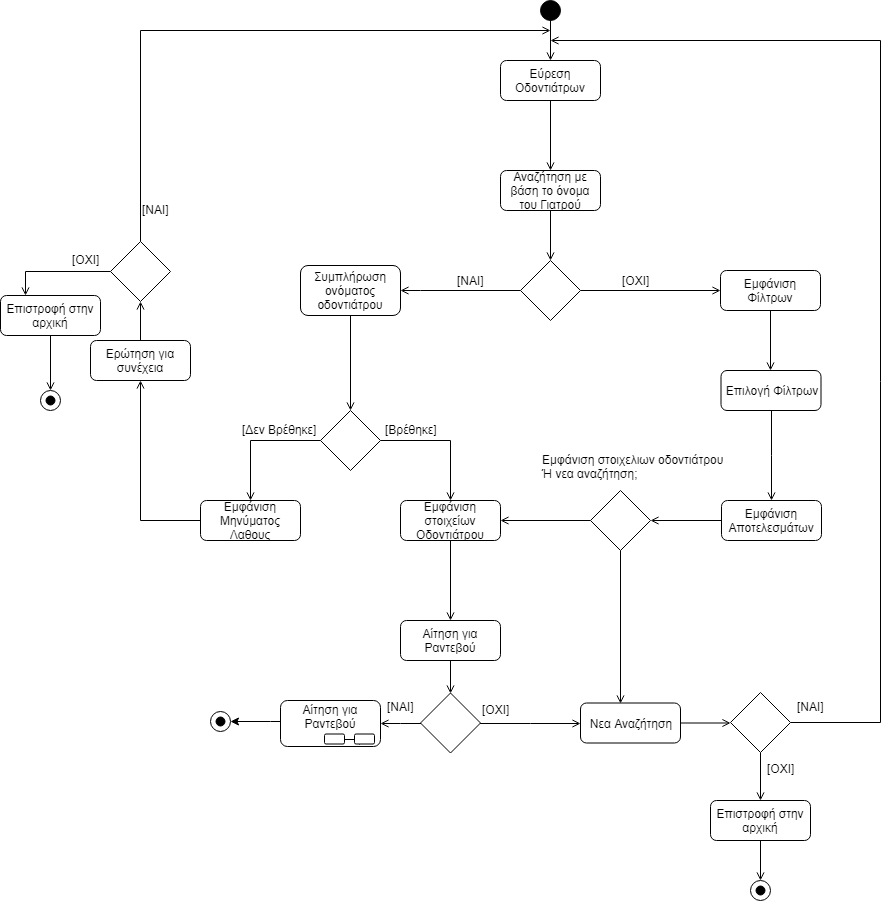
Earlier version of the draw.io export R2/uc9-activity-diagram.png (GeorgeFotopoulos/Dentist-App). Source tidied: cells renumbered, new cells last; positions are measured from the earlier drawing's top-left corner, leaving out a move shared by most shapes.
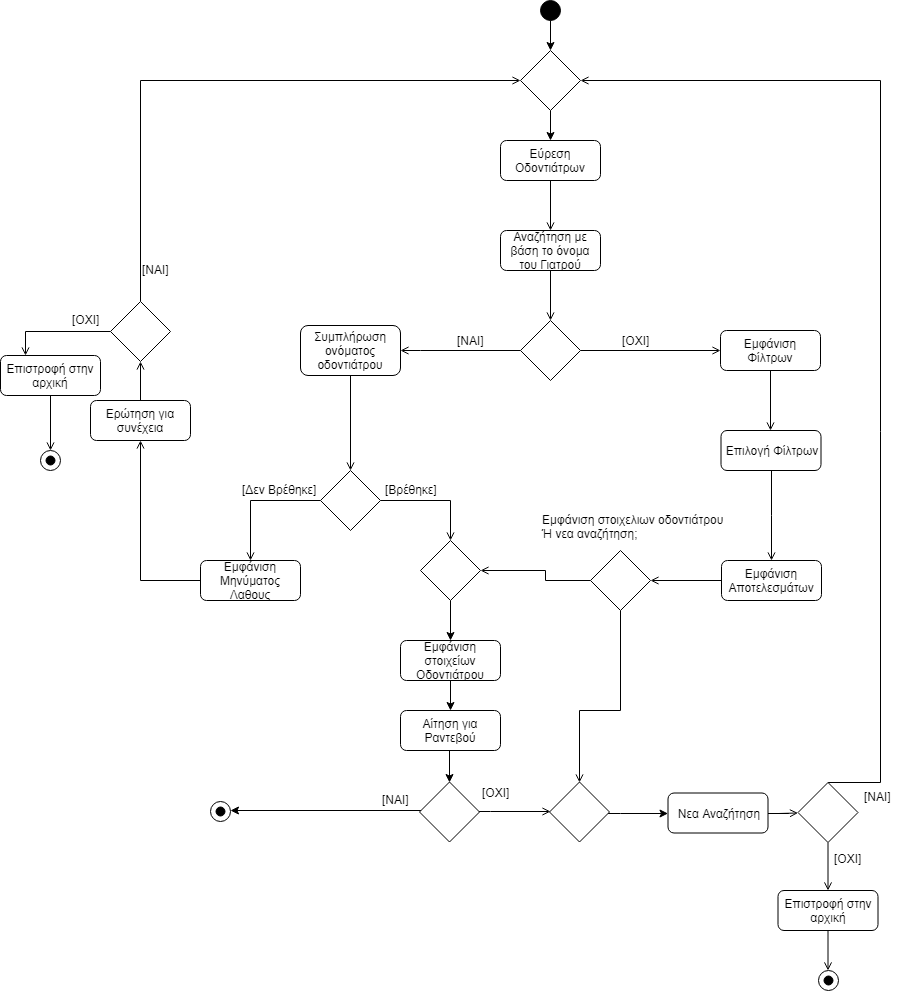
Above is the later version.

What changed in the source:
```diff
@@ -2,17 +2,17 @@
   <root>
     <mxCell id="0" />
     <mxCell id="1" parent="0" />
-    <mxCell id="2" style="edgeStyle=orthogonalEdgeStyle;rounded=0;jettySize=auto;html=1;entryX=0.5;entryY=0;entryDx=0;entryDy=0;endArrow=open;endFill=0;" parent="1" edge="1" source="3" target="5">
-      <mxGeometry relative="1" as="geometry" />
-    </mxCell>
+    <mxCell id="70" style="edgeStyle=orthogonalEdgeStyle;rounded=0;jettySize=auto;html=1;" parent="1" edge="1" source="3" target="75">
+      <mxGeometry relative="1" as="geometry" />
+    </mxCell>
     <mxCell id="3" style="ellipse;whiteSpace=wrap;html=1;fillColor=#000000;" parent="1" vertex="1">
-      <mxGeometry x="540" width="20" height="20" as="geometry" />
+      <mxGeometry x="540" y="-60" width="20" height="20" as="geometry" />
     </mxCell>
     <mxCell id="4" style="edgeStyle=orthogonalEdgeStyle;rounded=0;jettySize=auto;html=1;entryX=0.5;entryY=0;entryDx=0;entryDy=0;endArrow=open;endFill=0;" parent="1" edge="1" source="5" target="10">
       <mxGeometry relative="1" as="geometry" />
     </mxCell>
     <mxCell id="5" value="Εύρεση Οδοντιάτρων" style="rounded=1;whiteSpace=wrap;html=1;" parent="1" vertex="1">
-      <mxGeometry x="500" y="60" width="100" height="40" as="geometry" />
+      <mxGeometry x="500" y="80" width="100" height="40" as="geometry" />
     </mxCell>
     <mxCell id="6" style="edgeStyle=orthogonalEdgeStyle;rounded=0;jettySize=auto;html=1;endArrow=open;endFill=0;" parent="1" edge="1" source="8" target="14">
       <mxGeometry relative="1" as="geometry">
@@ -53,10 +53,9 @@
     </mxCell>
     <mxCell id="16" style="edgeStyle=orthogonalEdgeStyle;rounded=0;jettySize=auto;html=1;endArrow=open;endFill=0;" parent="1" edge="1" source="17">
       <mxGeometry relative="1" as="geometry">
-        <mxPoint x="450" y="500" as="targetPoint" />
+        <mxPoint x="450" y="480" as="targetPoint" />
         <Array as="points">
           <mxPoint x="450" y="440" />
-          <mxPoint x="450" y="500" />
         </Array>
       </mxGeometry>
     </mxCell>
@@ -82,12 +81,10 @@
         </Array>
       </mxGeometry>
     </mxCell>
-    <mxCell id="23" style="edgeStyle=orthogonalEdgeStyle;rounded=0;jettySize=auto;html=1;endArrow=open;endFill=0;" parent="1" edge="1" source="24">
+    <mxCell id="23" style="edgeStyle=orthogonalEdgeStyle;rounded=0;jettySize=auto;html=1;endArrow=open;endFill=0;entryX=0;entryY=0.5;entryDx=0;entryDy=0;" parent="1" edge="1" source="24" target="75">
       <mxGeometry relative="1" as="geometry">
-        <mxPoint x="550" y="30" as="targetPoint" />
         <Array as="points">
-          <mxPoint x="140" y="30" />
-          <mxPoint x="550" y="30" />
+          <mxPoint x="140" y="20" />
         </Array>
       </mxGeometry>
     </mxCell>
@@ -112,101 +109,93 @@
     <mxCell id="30" style="ellipse;whiteSpace=wrap;html=1;fillColor=none;" parent="1" vertex="1">
       <mxGeometry x="40" y="390" width="20" height="20" as="geometry" />
     </mxCell>
-    <mxCell id="31" style="edgeStyle=orthogonalEdgeStyle;rounded=0;jettySize=auto;html=1;entryX=0.5;entryY=0;entryDx=0;entryDy=0;endArrow=open;endFill=0;" parent="1" edge="1" source="36" target="35">
+    <mxCell id="31" style="edgeStyle=orthogonalEdgeStyle;rounded=0;jettySize=auto;html=1;entryX=0.5;entryY=0;entryDx=0;entryDy=0;exitX=0.5;exitY=1;exitDx=0;exitDy=0;" parent="1" edge="1" source="36" target="35">
       <mxGeometry relative="1" as="geometry" />
     </mxCell>
     <mxCell id="32" value="Εμφάνιση στοιχείων Οδοντιάτρου" style="rounded=1;whiteSpace=wrap;html=1;" parent="1" vertex="1">
-      <mxGeometry x="400" y="500" width="100" height="40" as="geometry" />
+      <mxGeometry x="400" y="580" width="100" height="40" as="geometry" />
     </mxCell>
-    <mxCell id="33" style="edgeStyle=orthogonalEdgeStyle;rounded=0;jettySize=auto;html=1;entryX=1;entryY=0.5;entryDx=0;entryDy=0;" parent="1" edge="1" source="40" target="39">
-      <mxGeometry relative="1" as="geometry">
-        <Array as="points">
-          <mxPoint x="270" y="721" />
-          <mxPoint x="270" y="721" />
-        </Array>
-      </mxGeometry>
-    </mxCell>
-    <mxCell id="34" style="edgeStyle=orthogonalEdgeStyle;rounded=0;jettySize=auto;html=1;endArrow=open;endFill=0;entryX=0;entryY=0.5;entryDx=0;entryDy=0;" parent="1" edge="1" source="35" target="46">
-      <mxGeometry relative="1" as="geometry" />
+    <mxCell id="34" style="edgeStyle=orthogonalEdgeStyle;rounded=0;orthogonalLoop=1;jettySize=auto;html=1;endArrow=open;endFill=0;" parent="1" edge="1">
+      <mxGeometry relative="1" as="geometry">
+        <mxPoint x="477.5" y="751" as="sourcePoint" />
+        <mxPoint x="550" y="751" as="targetPoint" />
+        <Array as="points">
+          <mxPoint x="490" y="751" />
+          <mxPoint x="490" y="751" />
+        </Array>
+      </mxGeometry>
     </mxCell>
+    <mxCell id="71" style="edgeStyle=orthogonalEdgeStyle;rounded=0;orthogonalLoop=1;jettySize=auto;html=1;entryX=1;entryY=0.5;entryDx=0;entryDy=0;" parent="1" edge="1">
+      <mxGeometry relative="1" as="geometry">
+        <mxPoint x="420.5" y="752" as="sourcePoint" />
+        <mxPoint x="230" y="750" as="targetPoint" />
+        <Array as="points">
+          <mxPoint x="421" y="750" />
+        </Array>
+      </mxGeometry>
+    </mxCell>
     <mxCell id="35" style="rhombus;whiteSpace=wrap;html=1;" parent="1" vertex="1">
-      <mxGeometry x="420" y="692.5" width="60" height="60" as="geometry" />
+      <mxGeometry x="419" y="721.5" width="60" height="60" as="geometry" />
     </mxCell>
     <mxCell id="36" value="Αίτηση για Ραντεβού" style="rounded=1;whiteSpace=wrap;html=1;" parent="1" vertex="1">
-      <mxGeometry x="400" y="620" width="100" height="40" as="geometry" />
+      <mxGeometry x="400" y="650" width="100" height="40" as="geometry" />
     </mxCell>
-    <mxCell id="37" style="edgeStyle=orthogonalEdgeStyle;rounded=0;jettySize=auto;html=1;entryX=0.5;entryY=0;entryDx=0;entryDy=0;endArrow=open;endFill=0;" parent="1" edge="1" source="32" target="36">
+    <mxCell id="37" style="edgeStyle=orthogonalEdgeStyle;rounded=0;jettySize=auto;html=1;entryX=0.5;entryY=0;entryDx=0;entryDy=0;" parent="1" edge="1" source="32" target="36">
       <mxGeometry relative="1" as="geometry" />
     </mxCell>
     <mxCell id="38" style="ellipse;whiteSpace=wrap;html=1;fillColor=#000000;" parent="1" vertex="1">
-      <mxGeometry x="215.5" y="716.5" width="9" height="9" as="geometry" />
+      <mxGeometry x="215.5" y="746.5" width="9" height="9" as="geometry" />
     </mxCell>
     <mxCell id="39" style="ellipse;whiteSpace=wrap;html=1;fillColor=none;" parent="1" vertex="1">
-      <mxGeometry x="210" y="711" width="20" height="20" as="geometry" />
+      <mxGeometry x="210" y="741" width="20" height="20" as="geometry" />
     </mxCell>
-    <mxCell id="40" value="Αίτηση για Ραντεβού&lt;br&gt;&lt;br&gt;" style="rounded=1;whiteSpace=wrap;html=1;" parent="1" vertex="1">
-      <mxGeometry x="280" y="700" width="100" height="46" as="geometry" />
-    </mxCell>
-    <mxCell id="41" style="edgeStyle=orthogonalEdgeStyle;rounded=0;jettySize=auto;html=1;entryX=1;entryY=0.5;entryDx=0;entryDy=0;endArrow=open;endFill=0;" parent="1" edge="1" source="35" target="40">
-      <mxGeometry relative="1" as="geometry" />
-    </mxCell>
-    <mxCell id="42" style="edgeStyle=orthogonalEdgeStyle;rounded=0;jettySize=auto;html=1;exitX=1;exitY=0.5;exitDx=0;exitDy=0;entryX=0.25;entryY=1;entryDx=0;entryDy=0;endArrow=none;endFill=0;" parent="1" edge="1" source="43" target="44">
-      <mxGeometry relative="1" as="geometry" />
-    </mxCell>
-    <mxCell id="43" style="rounded=1;whiteSpace=wrap;html=1;" parent="1" vertex="1">
-      <mxGeometry x="324" y="733.5" width="20" height="10" as="geometry" />
-    </mxCell>
-    <mxCell id="44" style="rounded=1;whiteSpace=wrap;html=1;" parent="1" vertex="1">
-      <mxGeometry x="354" y="733.5" width="20" height="10" as="geometry" />
-    </mxCell>
     <mxCell id="45" style="edgeStyle=orthogonalEdgeStyle;rounded=0;jettySize=auto;html=1;endArrow=open;endFill=0;" parent="1" edge="1" source="46">
       <mxGeometry relative="1" as="geometry">
-        <mxPoint x="730" y="722.5" as="targetPoint" />
+        <mxPoint x="797.5" y="752.5" as="targetPoint" />
       </mxGeometry>
     </mxCell>
     <mxCell id="46" value="Νεα Αναζήτηση" style="rounded=1;whiteSpace=wrap;html=1;" parent="1" vertex="1">
-      <mxGeometry x="580" y="702.5" width="100" height="40" as="geometry" />
+      <mxGeometry x="667.5" y="732.5" width="100" height="40" as="geometry" />
     </mxCell>
     <mxCell id="47" style="edgeStyle=orthogonalEdgeStyle;rounded=0;jettySize=auto;html=1;endArrow=open;endFill=0;" parent="1" edge="1" source="49" target="51">
       <mxGeometry relative="1" as="geometry" />
     </mxCell>
-    <mxCell id="48" style="edgeStyle=orthogonalEdgeStyle;rounded=0;jettySize=auto;html=1;endArrow=open;endFill=0;" parent="1" edge="1" source="49">
+    <mxCell id="48" style="edgeStyle=orthogonalEdgeStyle;rounded=0;jettySize=auto;html=1;endArrow=open;endFill=0;entryX=1;entryY=0.5;entryDx=0;entryDy=0;" parent="1" edge="1" source="49" target="75">
       <mxGeometry relative="1" as="geometry">
-        <mxPoint x="550" y="40" as="targetPoint" />
         <Array as="points">
           <mxPoint x="880" y="722" />
-          <mxPoint x="880" y="40" />
+          <mxPoint x="880" y="20" />
         </Array>
       </mxGeometry>
     </mxCell>
     <mxCell id="49" style="rhombus;whiteSpace=wrap;html=1;" parent="1" vertex="1">
-      <mxGeometry x="730" y="692" width="60" height="60" as="geometry" />
+      <mxGeometry x="797.5" y="722" width="60" height="60" as="geometry" />
     </mxCell>
     <mxCell id="50" style="edgeStyle=orthogonalEdgeStyle;rounded=0;jettySize=auto;html=1;endArrow=open;endFill=0;" parent="1" edge="1" source="51">
       <mxGeometry relative="1" as="geometry">
-        <mxPoint x="760" y="880" as="targetPoint" />
+        <mxPoint x="827.5" y="910" as="targetPoint" />
       </mxGeometry>
     </mxCell>
     <mxCell id="51" value="Επιστροφή στην αρχική" style="rounded=1;whiteSpace=wrap;html=1;" parent="1" vertex="1">
-      <mxGeometry x="710" y="800" width="100" height="40" as="geometry" />
+      <mxGeometry x="777.5" y="830" width="100" height="40" as="geometry" />
     </mxCell>
     <mxCell id="52" style="ellipse;whiteSpace=wrap;html=1;fillColor=#000000;" parent="1" vertex="1">
-      <mxGeometry x="755.5" y="885.5" width="9" height="9" as="geometry" />
+      <mxGeometry x="823" y="915.5" width="9" height="9" as="geometry" />
     </mxCell>
     <mxCell id="53" style="ellipse;whiteSpace=wrap;html=1;fillColor=none;" parent="1" vertex="1">
-      <mxGeometry x="750" y="880" width="20" height="20" as="geometry" />
+      <mxGeometry x="817.5" y="910" width="20" height="20" as="geometry" />
     </mxCell>
     <mxCell id="54" value="[ΟΧΙ]" style="text;html=1;align=left;verticalAlign=top;spacingTop=-4;" parent="1" vertex="1">
-      <mxGeometry x="764.5" y="759" width="40" height="20" as="geometry" />
+      <mxGeometry x="832" y="789" width="40" height="20" as="geometry" />
     </mxCell>
     <mxCell id="55" value="[ΝΑΙ]" style="text;html=1;align=left;verticalAlign=top;spacingTop=-4;" parent="1" vertex="1">
-      <mxGeometry x="794.5" y="696.5" width="40" height="20" as="geometry" />
+      <mxGeometry x="862" y="726.5" width="40" height="20" as="geometry" />
     </mxCell>
     <mxCell id="56" value="[ΝΑΙ]" style="text;html=1;align=left;verticalAlign=top;spacingTop=-4;" parent="1" vertex="1">
-      <mxGeometry x="385" y="696.5" width="40" height="20" as="geometry" />
+      <mxGeometry x="380" y="730" width="40" height="20" as="geometry" />
     </mxCell>
     <mxCell id="57" value="[ΟΧΙ]" style="text;html=1;align=left;verticalAlign=top;spacingTop=-4;" parent="1" vertex="1">
-      <mxGeometry x="480" y="700" width="40" height="20" as="geometry" />
+      <mxGeometry x="480" y="722.5" width="40" height="20" as="geometry" />
     </mxCell>
     <mxCell id="58" style="edgeStyle=orthogonalEdgeStyle;rounded=0;jettySize=auto;html=1;endArrow=open;endFill=0;" parent="1" edge="1" source="59">
       <mxGeometry relative="1" as="geometry">
@@ -230,14 +219,19 @@
     <mxCell id="63" value="Εμφάνιση Αποτελεσμάτων&lt;br&gt;" style="rounded=1;whiteSpace=wrap;html=1;" parent="1" vertex="1">
       <mxGeometry x="721" y="500" width="100" height="40" as="geometry" />
     </mxCell>
-    <mxCell id="64" style="edgeStyle=orthogonalEdgeStyle;rounded=0;jettySize=auto;html=1;entryX=1;entryY=0.5;entryDx=0;entryDy=0;endArrow=open;endFill=0;" parent="1" edge="1" source="66" target="32">
-      <mxGeometry relative="1" as="geometry" />
+    <mxCell id="64" style="edgeStyle=orthogonalEdgeStyle;rounded=0;jettySize=auto;html=1;entryX=1;entryY=0.5;entryDx=0;entryDy=0;endArrow=open;endFill=0;" parent="1" edge="1" source="66" target="77">
+      <mxGeometry relative="1" as="geometry">
+        <Array as="points">
+          <mxPoint x="545" y="520" />
+          <mxPoint x="545" y="510" />
+        </Array>
+      </mxGeometry>
     </mxCell>
-    <mxCell id="65" style="edgeStyle=orthogonalEdgeStyle;rounded=0;jettySize=auto;html=1;endArrow=open;endFill=0;" parent="1" edge="1" source="66">
+    <mxCell id="65" style="edgeStyle=orthogonalEdgeStyle;rounded=0;jettySize=auto;html=1;endArrow=open;endFill=0;entryX=0.5;entryY=0;entryDx=0;entryDy=0;" parent="1" edge="1" source="66" target="73">
       <mxGeometry relative="1" as="geometry">
-        <mxPoint x="620" y="703" as="targetPoint" />
         <Array as="points">
-          <mxPoint x="620" y="703" />
+          <mxPoint x="620" y="650" />
+          <mxPoint x="579" y="650" />
         </Array>
       </mxGeometry>
     </mxCell>
@@ -255,5 +249,28 @@
     <mxCell id="69" value="Επιστροφή στην αρχική" style="rounded=1;whiteSpace=wrap;html=1;" parent="1" vertex="1">
       <mxGeometry y="295" width="100" height="40" as="geometry" />
     </mxCell>
+    <mxCell id="72" style="edgeStyle=orthogonalEdgeStyle;rounded=0;jettySize=auto;html=1;" parent="1" edge="1" source="73" target="46">
+      <mxGeometry relative="1" as="geometry">
+        <Array as="points">
+          <mxPoint x="620" y="753" />
+          <mxPoint x="620" y="753" />
+        </Array>
+      </mxGeometry>
+    </mxCell>
+    <mxCell id="73" style="rhombus;whiteSpace=wrap;html=1;" parent="1" vertex="1">
+      <mxGeometry x="549" y="721.5" width="60" height="60" as="geometry" />
+    </mxCell>
+    <mxCell id="74" style="edgeStyle=orthogonalEdgeStyle;rounded=0;jettySize=auto;html=1;entryX=0.5;entryY=0;entryDx=0;entryDy=0;" parent="1" edge="1" source="75" target="5">
+      <mxGeometry relative="1" as="geometry" />
+    </mxCell>
+    <mxCell id="75" style="rhombus;whiteSpace=wrap;html=1;" parent="1" vertex="1">
+      <mxGeometry x="520" y="-10" width="60" height="60" as="geometry" />
+    </mxCell>
+    <mxCell id="76" style="edgeStyle=orthogonalEdgeStyle;rounded=0;jettySize=auto;html=1;entryX=0.5;entryY=0;entryDx=0;entryDy=0;" parent="1" edge="1" source="77" target="32">
+      <mxGeometry relative="1" as="geometry" />
+    </mxCell>
+    <mxCell id="77" style="rhombus;whiteSpace=wrap;html=1;" parent="1" vertex="1">
+      <mxGeometry x="420" y="480" width="60" height="60" as="geometry" />
+    </mxCell>
   </root>
 </mxGraphModel>
```
